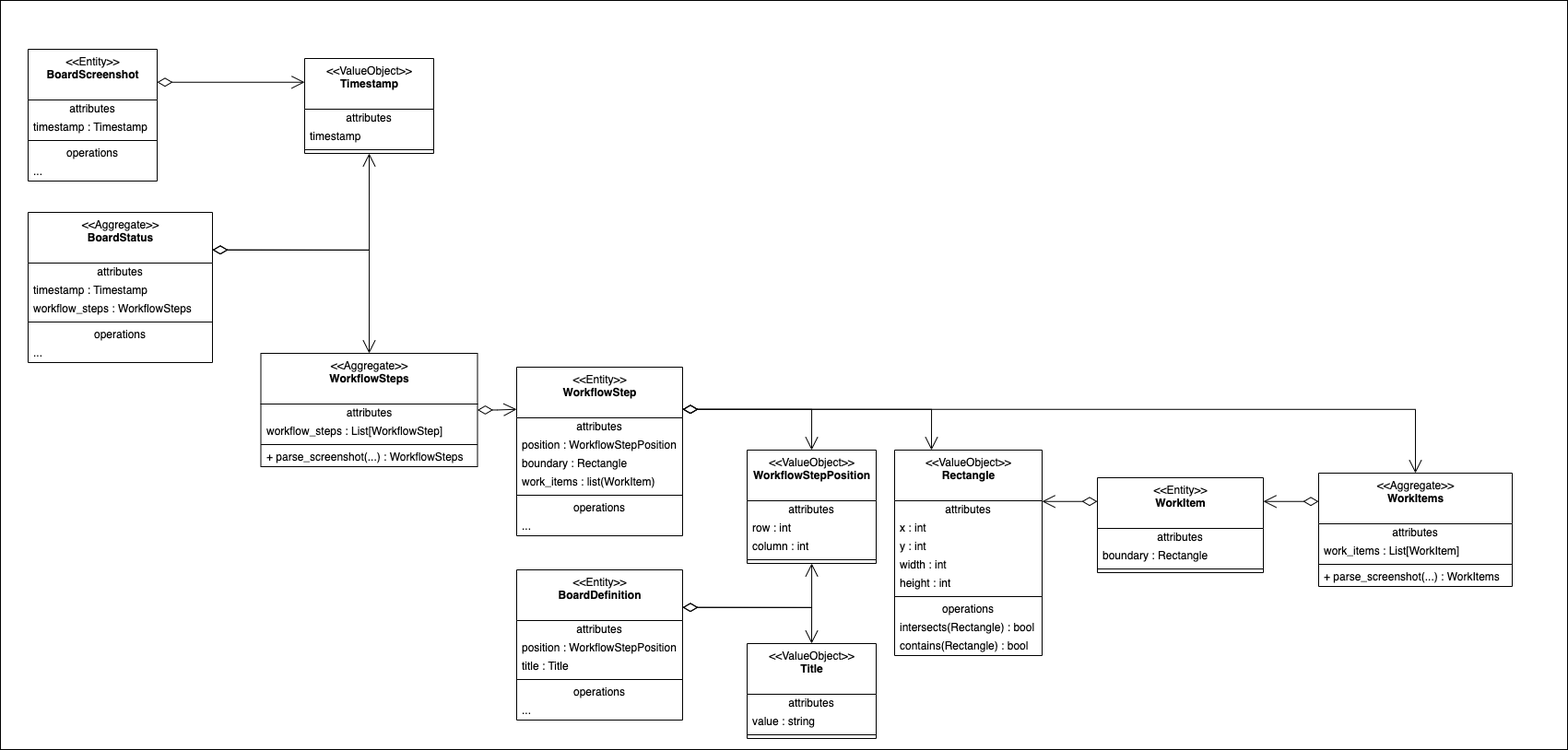
This is docs/05_application_design.drawio.png from wonderbird/kanban_metrics, a draw.io export, as it was before one commit. Source tidied: cells renumbered, new cells last; positions are measured from the earlier drawing's top-left corner, leaving out a move shared by most shapes.
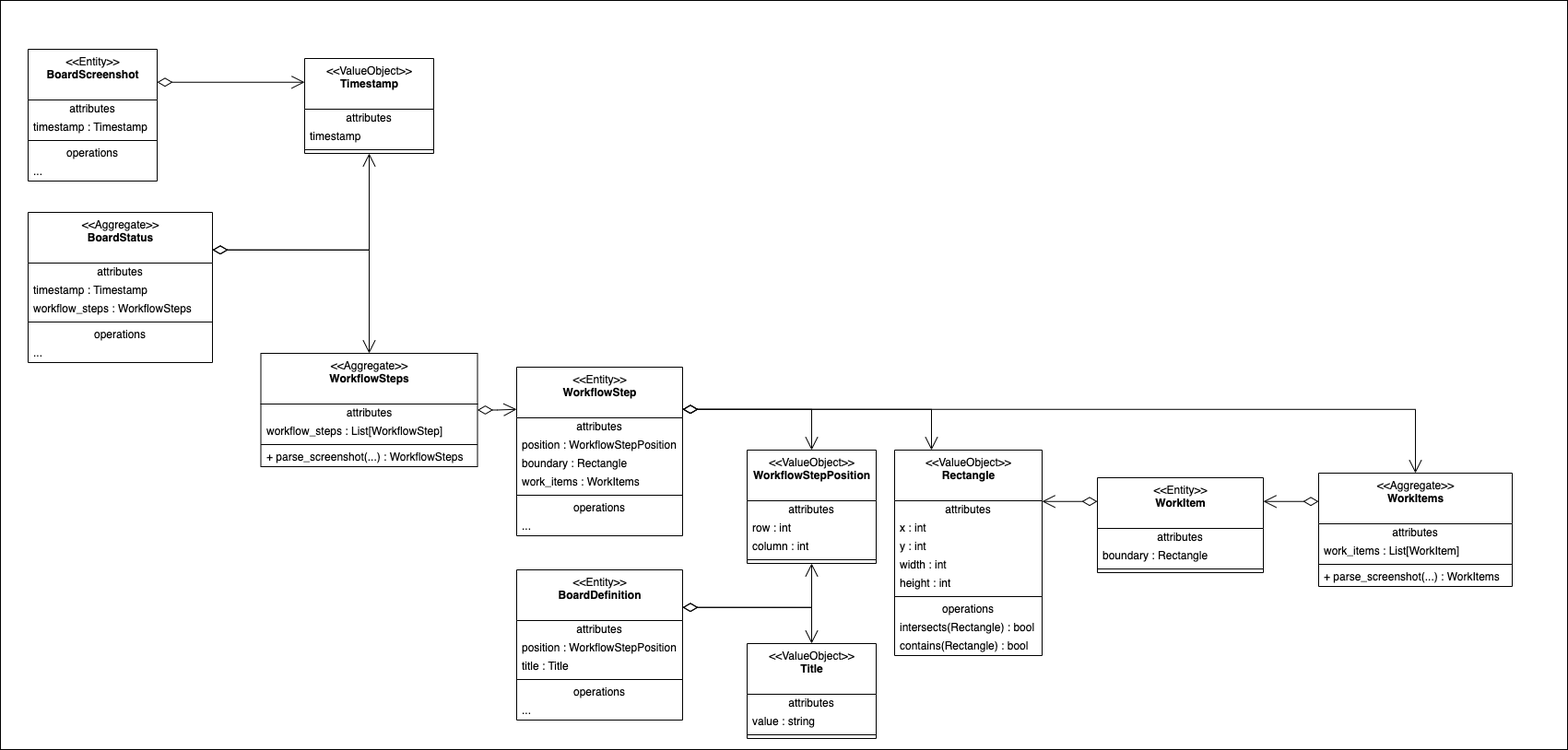
The same file after the commit.

The edit, as a diff of the source:
```diff
@@ -38,7 +38,7 @@
     <mxCell id="13" value="boundary : Rectangle" style="text;html=1;strokeColor=none;fillColor=none;align=left;verticalAlign=middle;spacingLeft=4;spacingRight=4;overflow=hidden;" parent="10" vertex="1">
       <mxGeometry y="95" width="180" height="20" as="geometry" />
     </mxCell>
-    <mxCell id="14" value="work_items : list(WorkItem)" style="text;html=1;strokeColor=none;fillColor=none;align=left;verticalAlign=middle;spacingLeft=4;spacingRight=4;overflow=hidden;" parent="10" vertex="1">
+    <mxCell id="14" value="work_items : WorkItems" style="text;html=1;strokeColor=none;fillColor=none;align=left;verticalAlign=middle;spacingLeft=4;spacingRight=4;overflow=hidden;" parent="10" vertex="1">
       <mxGeometry y="115" width="180" height="20" as="geometry" />
     </mxCell>
     <mxCell id="15" style="line;strokeWidth=1;fillColor=none;align=left;verticalAlign=middle;spacingTop=-1;spacingLeft=3;spacingRight=3;labelPosition=right;" parent="10" vertex="1">
```
